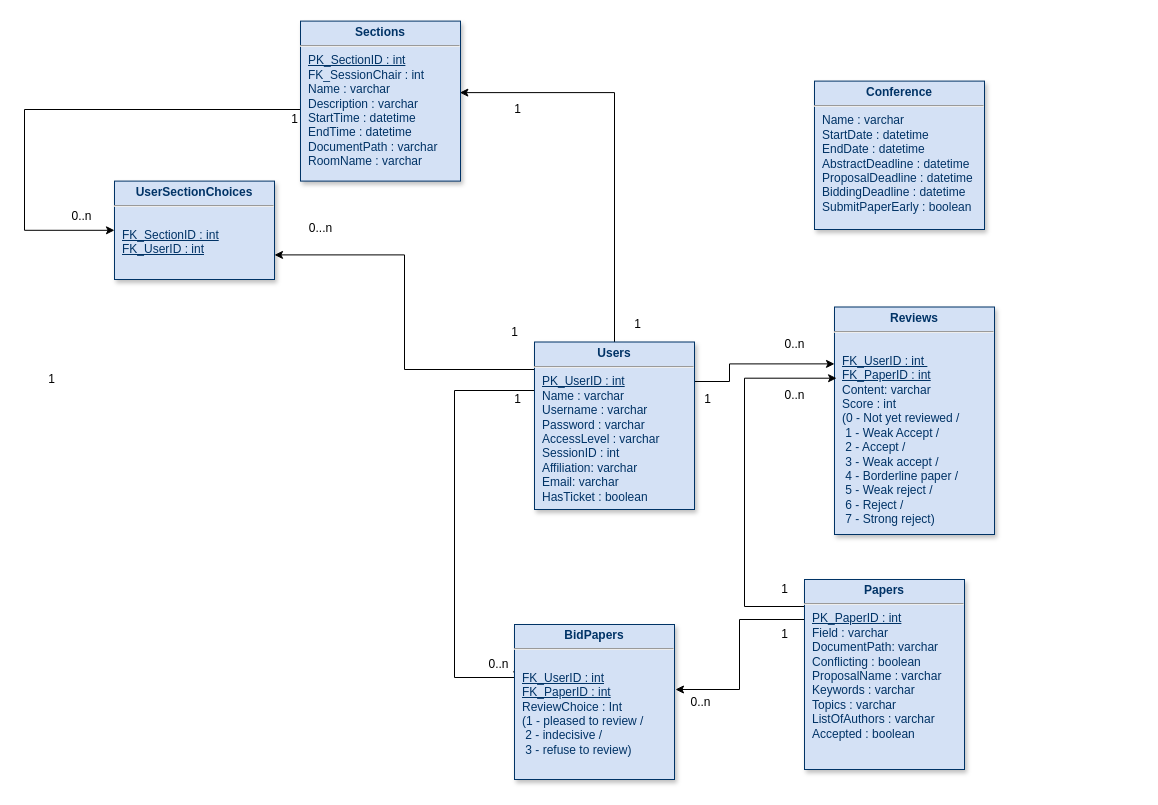
Above: documents/drawio-files/Database Diagram.drawio in horatiu-udrea/RuntimeTerror (draw.io), before the change. Source tidied: cells renumbered, new cells numbered last; positions are measured from the earlier drawing's top-left corner, leaving out a move shared by most shapes. Both pictures are drawn from the tidied source at 100%, with x=0, y=0 at pixel (24, 21).
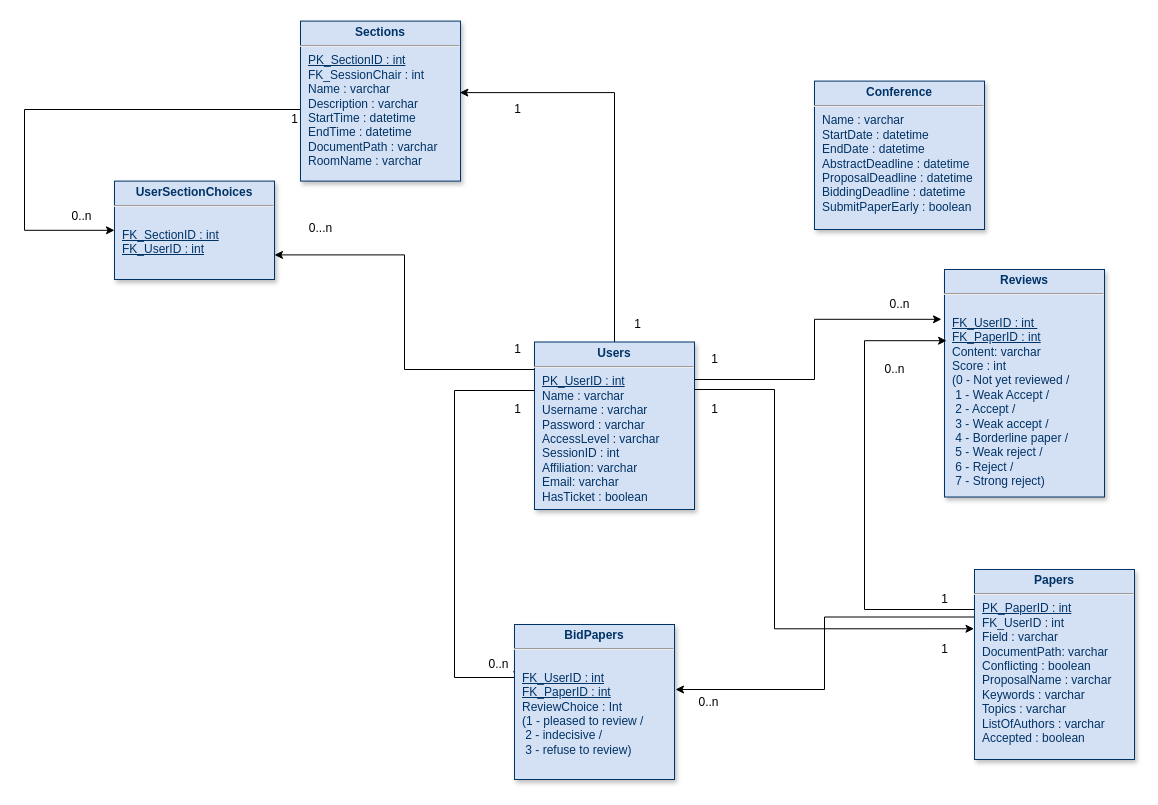
The same diagram, later.

Unchanged cells that the change refers to:
```xml
<mxCell id="7" value="&lt;p style=&quot;margin: 4px 0px 0px ; text-align: center&quot;&gt;&lt;strong&gt;Users&lt;/strong&gt;&lt;/p&gt;&lt;hr&gt;&lt;p style=&quot;margin: 0px ; margin-left: 8px&quot;&gt;&lt;u&gt;PK_UserID : int&lt;/u&gt;&lt;/p&gt;&lt;p style=&quot;margin: 0px ; margin-left: 8px&quot;&gt;Name : varchar&lt;/p&gt;&lt;p style=&quot;margin: 0px ; margin-left: 8px&quot;&gt;Username : varchar&lt;/p&gt;&lt;p style=&quot;margin: 0px ; margin-left: 8px&quot;&gt;Password : varchar&lt;/p&gt;&lt;p style=&quot;margin: 0px ; margin-left: 8px&quot;&gt;AccessLevel : varchar&lt;/p&gt;&lt;p style=&quot;margin: 0px ; margin-left: 8px&quot;&gt;SessionID : int&lt;/p&gt;&lt;p style=&quot;margin: 0px ; margin-left: 8px&quot;&gt;Affiliation: varchar&lt;/p&gt;&lt;p style=&quot;margin: 0px ; margin-left: 8px&quot;&gt;Email: varchar&lt;/p&gt;&lt;p style=&quot;margin: 0px ; margin-left: 8px&quot;&gt;HasTicket : boolean&lt;/p&gt;&lt;p style=&quot;margin: 0px ; margin-left: 8px&quot;&gt;&lt;br&gt;&lt;/p&gt;&lt;p style=&quot;margin: 0px ; margin-left: 8px&quot;&gt;&lt;br&gt;&lt;/p&gt;" style="verticalAlign=top;align=left;overflow=fill;fontSize=12;fontFamily=Helvetica;html=1;strokeColor=#003366;shadow=1;fillColor=#D4E1F5;fontColor=#003366;" parent="1" vertex="1">
  <mxGeometry x="510" y="320.5" width="160" height="167.5" as="geometry" />
</mxCell>
```

The edit, as a diff of the source:
```diff
@@
-    <mxCell id="4" style="edgeStyle=orthogonalEdgeStyle;rounded=0;jettySize=auto;html=1;exitX=1;exitY=0.25;exitDx=0;exitDy=0;entryX=0;entryY=0.25;entryDx=0;entryDy=0;" parent="1" edge="1" source="7" target="8">
-      <mxGeometry relative="1" as="geometry">
-        <Array as="points">
-          <mxPoint x="705" y="360" />
-          <mxPoint x="705" y="342" />
-        </Array>
-      </mxGeometry>
-    </mxCell>
@@
+    <mxCell id="31" style="edgeStyle=orthogonalEdgeStyle;rounded=0;jettySize=auto;html=1;entryX=-0.003;entryY=0.312;entryDx=0;entryDy=0;entryPerimeter=0;" parent="1" edge="1" source="7" target="15">
+      <mxGeometry relative="1" as="geometry">
+        <Array as="points">
+          <mxPoint x="750" y="368" />
+          <mxPoint x="750" y="607" />
+        </Array>
+      </mxGeometry>
+    </mxCell>
+    <mxCell id="4" style="edgeStyle=orthogonalEdgeStyle;rounded=0;jettySize=auto;html=1;entryX=-0.019;entryY=0.219;entryDx=0;entryDy=0;entryPerimeter=0;" parent="1" edge="1" source="7" target="8">
+      <mxGeometry relative="1" as="geometry">
+        <Array as="points">
+          <mxPoint x="790" y="358" />
+          <mxPoint x="790" y="298" />
+        </Array>
+      </mxGeometry>
+    </mxCell>
@@
     <mxCell id="8" value="&lt;p style=&quot;margin: 4px 0px 0px ; text-align: center&quot;&gt;&lt;strong&gt;Reviews&lt;/strong&gt;&lt;strong&gt;&lt;u&gt;&lt;/u&gt;&lt;br&gt;&lt;/strong&gt;&lt;/p&gt;&lt;hr&gt;&lt;p style=&quot;margin: 0px ; margin-left: 8px&quot;&gt;&lt;br&gt;&lt;/p&gt;&lt;p style=&quot;margin: 0px ; margin-left: 8px&quot;&gt;&lt;u&gt;FK_UserID : int&amp;nbsp;&lt;/u&gt;&lt;/p&gt;&lt;p style=&quot;margin: 0px ; margin-left: 8px&quot;&gt;&lt;u&gt;FK_PaperID : int&lt;/u&gt;&lt;/p&gt;&lt;p style=&quot;margin: 0px ; margin-left: 8px&quot;&gt;Content: varchar&lt;/p&gt;&lt;p style=&quot;margin: 0px ; margin-left: 8px&quot;&gt;Score : int&lt;/p&gt;&lt;p style=&quot;margin: 0px 0px 0px 8px ; text-align: left ; text-transform: none ; text-indent: 0px ; letter-spacing: normal ; font-family: &amp;#34;helvetica&amp;#34; ; font-size: 12px ; font-style: normal ; font-variant: normal ; font-weight: 400 ; text-decoration: none ; word-spacing: 0px&quot;&gt;(0 - Not yet reviewed /&lt;/p&gt;&lt;p style=&quot;margin: 0px 0px 0px 8px ; text-align: left ; text-transform: none ; text-indent: 0px ; letter-spacing: normal ; font-family: &amp;#34;helvetica&amp;#34; ; font-size: 12px ; font-style: normal ; font-variant: normal ; font-weight: 400 ; text-decoration: none ; word-spacing: 0px&quot;&gt;&amp;nbsp;1 - Weak Accept /&lt;/p&gt;&lt;p style=&quot;margin: 0px 0px 0px 8px ; text-align: left ; text-transform: none ; text-indent: 0px ; letter-spacing: normal ; font-family: &amp;#34;helvetica&amp;#34; ; font-size: 12px ; font-style: normal ; font-variant: normal ; font-weight: 400 ; text-decoration: none ; word-spacing: 0px&quot;&gt;&amp;nbsp;2 - Accept /&lt;/p&gt;&lt;p style=&quot;margin: 0px 0px 0px 8px ; text-align: left ; text-transform: none ; text-indent: 0px ; letter-spacing: normal ; font-family: &amp;#34;helvetica&amp;#34; ; font-size: 12px ; font-style: normal ; font-variant: normal ; font-weight: 400 ; text-decoration: none ; word-spacing: 0px&quot;&gt;&amp;nbsp;3 - Weak accept /&lt;/p&gt;&lt;p style=&quot;margin: 0px 0px 0px 8px ; text-align: left ; text-transform: none ; text-indent: 0px ; letter-spacing: normal ; font-family: &amp;#34;helvetica&amp;#34; ; font-size: 12px ; font-style: normal ; font-variant: normal ; font-weight: 400 ; text-decoration: none ; word-spacing: 0px&quot;&gt;&amp;nbsp;4 - Borderline paper /&lt;/p&gt;&lt;p style=&quot;margin: 0px 0px 0px 8px ; text-align: left ; text-transform: none ; text-indent: 0px ; letter-spacing: normal ; font-family: &amp;#34;helvetica&amp;#34; ; font-size: 12px ; font-style: normal ; font-variant: normal ; font-weight: 400 ; text-decoration: none ; word-spacing: 0px&quot;&gt;&amp;nbsp;5 - Weak reject /&lt;/p&gt;&lt;p style=&quot;margin: 0px 0px 0px 8px ; text-align: left ; text-transform: none ; text-indent: 0px ; letter-spacing: normal ; font-family: &amp;#34;helvetica&amp;#34; ; font-size: 12px ; font-style: normal ; font-variant: normal ; font-weight: 400 ; text-decoration: none ; word-spacing: 0px&quot;&gt;&amp;nbsp;6 - Reject /&lt;/p&gt;&lt;p style=&quot;margin: 0px 0px 0px 8px ; text-align: left ; text-transform: none ; text-indent: 0px ; letter-spacing: normal ; font-family: &amp;#34;helvetica&amp;#34; ; font-size: 12px ; font-style: normal ; font-variant: normal ; font-weight: 400 ; text-decoration: none ; word-spacing: 0px&quot;&gt;&amp;nbsp;7 - Strong reject)&lt;/p&gt;&lt;p style=&quot;margin: 0px ; margin-left: 8px&quot;&gt;&lt;b&gt;&lt;/b&gt;&lt;i&gt;&lt;/i&gt;&lt;u&gt;&lt;/u&gt;&lt;sub&gt;&lt;/sub&gt;&lt;sup&gt;&lt;/sup&gt;&lt;strike&gt;&lt;/strike&gt;&lt;br&gt;&lt;/p&gt;" style="verticalAlign=top;align=left;overflow=fill;fontSize=12;fontFamily=Helvetica;html=1;strokeColor=#003366;shadow=1;fillColor=#D4E1F5;fontColor=#003366;" parent="1" vertex="1">
-      <mxGeometry x="810" y="285.5" width="160" height="227.5" as="geometry" />
+      <mxGeometry x="920" y="248" width="160" height="227.5" as="geometry" />
     </mxCell>
@@
     <mxCell id="12" style="edgeStyle=orthogonalEdgeStyle;rounded=0;jettySize=auto;html=1;exitX=0;exitY=0.25;exitDx=0;exitDy=0;" parent="1" edge="1" source="15">
       <mxGeometry relative="1" as="geometry">
         <mxPoint x="651" y="668" as="targetPoint" />
         <Array as="points">
-          <mxPoint x="780" y="598" />
-          <mxPoint x="715" y="598" />
-          <mxPoint x="715" y="668" />
+          <mxPoint x="800" y="596" />
+          <mxPoint x="800" y="668" />
         </Array>
       </mxGeometry>
     </mxCell>
@@
     <mxCell id="14" style="edgeStyle=orthogonalEdgeStyle;rounded=0;jettySize=auto;html=1;exitX=0;exitY=0.25;exitDx=0;exitDy=0;entryX=0.013;entryY=0.313;entryDx=0;entryDy=0;entryPerimeter=0;" parent="1" edge="1" source="15" target="8">
       <mxGeometry relative="1" as="geometry">
         <Array as="points">
-          <mxPoint x="780" y="585" />
-          <mxPoint x="720" y="585" />
-          <mxPoint x="720" y="357" />
+          <mxPoint x="950" y="588" />
+          <mxPoint x="840" y="588" />
+          <mxPoint x="840" y="319" />
         </Array>
       </mxGeometry>
     </mxCell>
-    <mxCell id="15" value="&lt;p style=&quot;margin: 4px 0px 0px ; text-align: center&quot;&gt;&lt;strong&gt;Papers&lt;/strong&gt;&lt;strong&gt;&lt;u&gt;&lt;/u&gt;&lt;br&gt;&lt;/strong&gt;&lt;/p&gt;&lt;hr&gt;&lt;p style=&quot;margin: 0px ; margin-left: 8px&quot;&gt;&lt;u&gt;PK_PaperID : int&lt;/u&gt;&lt;br&gt;&lt;/p&gt;&lt;p style=&quot;margin: 0px ; margin-left: 8px&quot;&gt;Field : varchar&lt;/p&gt;&lt;p style=&quot;margin: 0px ; margin-left: 8px&quot;&gt;DocumentPath: varchar&lt;br&gt;&lt;/p&gt;&lt;p style=&quot;margin: 0px ; margin-left: 8px&quot;&gt;Conflicting : boolean&lt;/p&gt;&lt;p style=&quot;margin: 0px ; margin-left: 8px&quot;&gt;ProposalName : varchar&lt;/p&gt;&lt;p style=&quot;margin: 0px ; margin-left: 8px&quot;&gt;Keywords : varchar&lt;/p&gt;&lt;p style=&quot;margin: 0px ; margin-left: 8px&quot;&gt;Topics : varchar&lt;/p&gt;&lt;p style=&quot;margin: 0px ; margin-left: 8px&quot;&gt;ListOfAuthors : varchar&lt;br&gt;&lt;/p&gt;&lt;p style=&quot;margin: 0px ; margin-left: 8px&quot;&gt;Accepted : boolean&lt;/p&gt;&lt;p style=&quot;margin: 0px ; margin-left: 8px&quot;&gt;&lt;br&gt;&lt;/p&gt;" style="verticalAlign=top;align=left;overflow=fill;fontSize=12;fontFamily=Helvetica;html=1;strokeColor=#003366;shadow=1;fillColor=#D4E1F5;fontColor=#003366;" parent="1" vertex="1">
-      <mxGeometry x="780" y="558" width="160" height="190" as="geometry" />
+    <mxCell id="15" value="&lt;p style=&quot;margin: 4px 0px 0px ; text-align: center&quot;&gt;&lt;strong&gt;Papers&lt;/strong&gt;&lt;strong&gt;&lt;u&gt;&lt;/u&gt;&lt;br&gt;&lt;/strong&gt;&lt;/p&gt;&lt;hr&gt;&lt;p style=&quot;margin: 0px ; margin-left: 8px&quot;&gt;&lt;u&gt;PK_PaperID : int&lt;/u&gt;&lt;/p&gt;&lt;p style=&quot;margin: 0px ; margin-left: 8px&quot;&gt;FK_UserID : int&lt;/p&gt;&lt;p style=&quot;margin: 0px ; margin-left: 8px&quot;&gt;Field : varchar&lt;/p&gt;&lt;p style=&quot;margin: 0px ; margin-left: 8px&quot;&gt;DocumentPath: varchar&lt;br&gt;&lt;/p&gt;&lt;p style=&quot;margin: 0px ; margin-left: 8px&quot;&gt;Conflicting : boolean&lt;/p&gt;&lt;p style=&quot;margin: 0px ; margin-left: 8px&quot;&gt;ProposalName : varchar&lt;/p&gt;&lt;p style=&quot;margin: 0px ; margin-left: 8px&quot;&gt;Keywords : varchar&lt;/p&gt;&lt;p style=&quot;margin: 0px ; margin-left: 8px&quot;&gt;Topics : varchar&lt;/p&gt;&lt;p style=&quot;margin: 0px ; margin-left: 8px&quot;&gt;ListOfAuthors : varchar&lt;br&gt;&lt;/p&gt;&lt;p style=&quot;margin: 0px ; margin-left: 8px&quot;&gt;Accepted : boolean&lt;/p&gt;&lt;p style=&quot;margin: 0px ; margin-left: 8px&quot;&gt;&lt;br&gt;&lt;/p&gt;" style="verticalAlign=top;align=left;overflow=fill;fontSize=12;fontFamily=Helvetica;html=1;strokeColor=#003366;shadow=1;fillColor=#D4E1F5;fontColor=#003366;" parent="1" vertex="1">
+      <mxGeometry x="950" y="548" width="160" height="190" as="geometry" />
     </mxCell>
     <mxCell id="16" value="1" style="text;html=1;align=center;verticalAlign=middle;" parent="1" vertex="1">
-      <mxGeometry x="483" y="368" width="20" height="20" as="geometry" />
+      <mxGeometry x="483" y="378" width="20" height="20" as="geometry" />
     </mxCell>
     <mxCell id="17" value="1&lt;br&gt;" style="text;html=1;align=center;verticalAlign=middle;" parent="1" vertex="1">
-      <mxGeometry x="750" y="558" width="20" height="20" as="geometry" />
+      <mxGeometry x="910" y="618" width="20" height="20" as="geometry" />
     </mxCell>
     <mxCell id="18" value="0..n&lt;br&gt;" style="text;html=1;align=center;verticalAlign=middle;" parent="1" vertex="1">
-      <mxGeometry x="750" y="313" width="40" height="20" as="geometry" />
+      <mxGeometry x="855" y="273" width="40" height="20" as="geometry" />
     </mxCell>
-    <mxCell id="19" value="1&lt;br&gt;" style="text;html=1;align=center;verticalAlign=middle;" parent="1" vertex="1">
-      <mxGeometry x="673" y="368" width="20" height="20" as="geometry" />
-    </mxCell>
     <mxCell id="20" value="0..n&lt;br&gt;" style="text;html=1;align=center;verticalAlign=middle;" parent="1" vertex="1">
-      <mxGeometry x="750" y="364.2" width="40" height="20" as="geometry" />
+      <mxGeometry x="850" y="338" width="40" height="20" as="geometry" />
     </mxCell>
-    <mxCell id="21" value="1" style="text;html=1;align=center;verticalAlign=middle;" parent="1" vertex="1">
-      <mxGeometry x="17" y="348" width="20" height="20" as="geometry" />
-    </mxCell>
     <mxCell id="22" value="1&lt;br&gt;" style="text;html=1;align=center;verticalAlign=middle;" parent="1" vertex="1">
-      <mxGeometry x="750" y="603" width="20" height="20" as="geometry" />
+      <mxGeometry x="910" y="568" width="20" height="20" as="geometry" />
     </mxCell>
@@
     <mxCell id="28" value="1&lt;br&gt;" style="text;html=1;align=center;verticalAlign=middle;" parent="1" vertex="1">
-      <mxGeometry x="480" y="300.5" width="20" height="20" as="geometry" />
+      <mxGeometry x="483" y="318" width="20" height="20" as="geometry" />
     </mxCell>
@@
+    <mxCell id="21" value="1&lt;br&gt;" style="text;html=1;align=center;verticalAlign=middle;" parent="1" vertex="1">
+      <mxGeometry x="680" y="378" width="20" height="20" as="geometry" />
+    </mxCell>
+    <mxCell id="19" value="1&lt;br&gt;" style="text;html=1;align=center;verticalAlign=middle;" parent="1" vertex="1">
+      <mxGeometry x="680" y="328" width="20" height="20" as="geometry" />
+    </mxCell>
```
